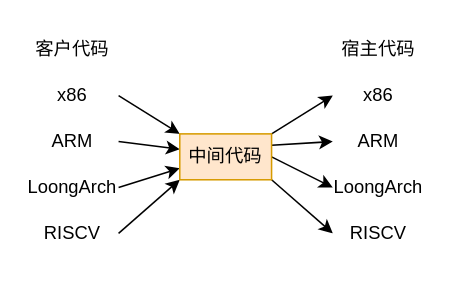
Before: image/qemu-IR.drawio in jensen-yan/yanyue_essay, a draw.io diagram. Source tidied: cells renumbered, new cells numbered last; positions are measured from the earlier drawing's top-left corner, leaving out a move shared by most shapes. Both pictures are drawn from the tidied source at 153%, with x=0, y=0 at pixel (26, 26).
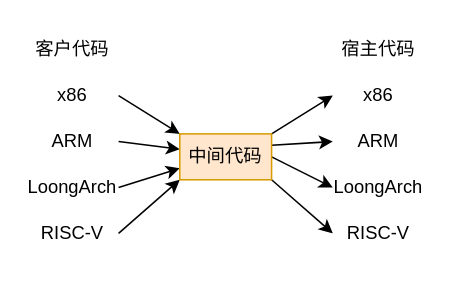
The same diagram, later.

What changed in the source:
```diff
@@
-    <mxCell id="9" value="RISCV" style="text;html=1;strokeColor=none;fillColor=none;align=center;verticalAlign=middle;whiteSpace=wrap;rounded=0;" parent="1" vertex="1">
+    <mxCell id="9" value="RISC-V" style="text;html=1;strokeColor=none;fillColor=none;align=center;verticalAlign=middle;whiteSpace=wrap;rounded=0;" parent="1" vertex="1">
       <mxGeometry y="120" width="60" height="30" as="geometry" />
     </mxCell>
@@
-    <mxCell id="13" value="RISCV" style="text;html=1;strokeColor=none;fillColor=none;align=center;verticalAlign=middle;whiteSpace=wrap;rounded=0;" parent="1" vertex="1">
+    <mxCell id="13" value="RISC-V" style="text;html=1;strokeColor=none;fillColor=none;align=center;verticalAlign=middle;whiteSpace=wrap;rounded=0;" parent="1" vertex="1">
       <mxGeometry x="200" y="120" width="60" height="30" as="geometry" />
     </mxCell>
```
